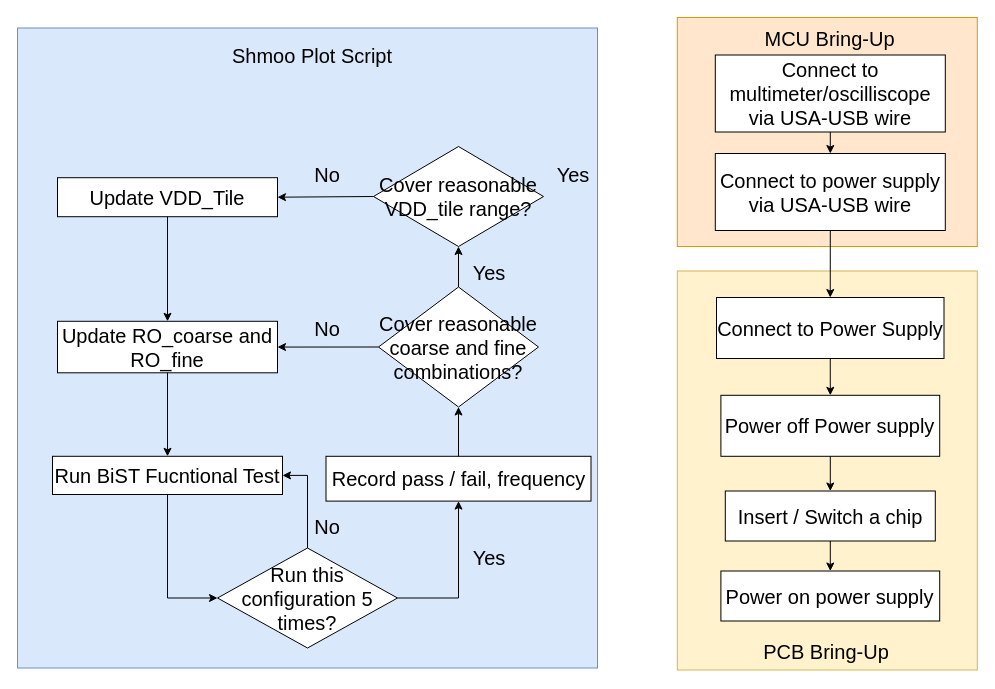
Earlier version of the draw.io diagram page "voltage_frequency_framework" (3 of 3) of lecture/images/presentation_diagrams.drawio (1102131860/Validation_Chip_Characteristics). Source tidied: cells renumbered, new cells numbered last; positions are measured from the earlier drawing's top-left corner, leaving out a move shared by most shapes. Both pictures are drawn from the tidied source at 100%, with x=0, y=0 at pixel (17, 17).
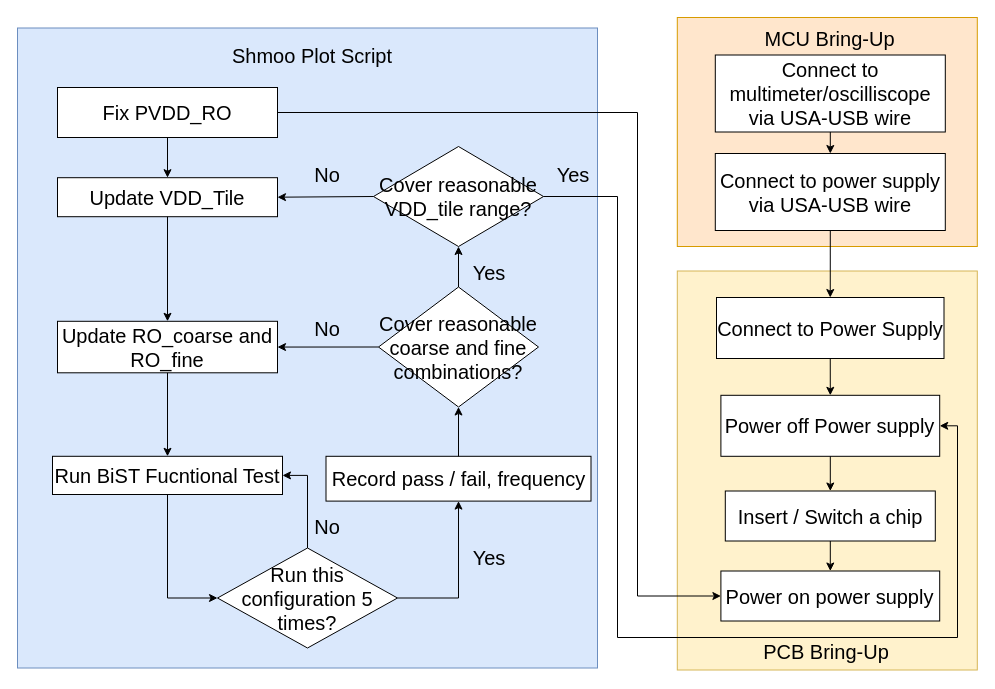
After the change.

The change refers to these unchanged cells:
```xml
<mxCell id="7" value="&lt;font style=&quot;font-size: 20px;&quot;&gt;Cover reasonable VDD_tile range?&lt;/font&gt;" style="rhombus;whiteSpace=wrap;html=1;" parent="1" vertex="1">
  <mxGeometry x="356" y="129" width="170" height="100" as="geometry" />
</mxCell>
<mxCell id="8" value="&lt;font style=&quot;font-size: 20px;&quot;&gt;Update VDD_Tile&lt;/font&gt;" style="rounded=0;whiteSpace=wrap;html=1;" parent="1" vertex="1">
  <mxGeometry x="40" y="160.2" width="220" height="39" as="geometry" />
</mxCell>
<mxCell id="15" value="&lt;font style=&quot;font-size: 20px;&quot;&gt;Power on power supply&lt;/font&gt;" style="rounded=0;whiteSpace=wrap;html=1;" parent="1" vertex="1">
  <mxGeometry x="703.4" y="553.5" width="218.8" height="50" as="geometry" />
</mxCell>
<mxCell id="17" value="&lt;span&gt;Power off Power supply&lt;/span&gt;" style="rounded=0;whiteSpace=wrap;html=1;fontSize=20;" parent="1" vertex="1">
  <mxGeometry x="703.4" y="377.8" width="218.8" height="61" as="geometry" />
</mxCell>
```

Change to the diagram source:
```diff
@@
+    <mxCell id="41" value="&lt;font style=&quot;font-size: 20px;&quot;&gt;Fix PVDD_RO&lt;/font&gt;" style="rounded=0;whiteSpace=wrap;html=1;" parent="1" vertex="1">
+      <mxGeometry x="40" y="70" width="220" height="50" as="geometry" />
+    </mxCell>
+    <mxCell id="42" style="endArrow=classic;html=1;rounded=0;exitX=0.5;exitY=1;exitDx=0;exitDy=0;entryX=0.5;entryY=0;entryDx=0;entryDy=0;" parent="1" edge="1" source="41" target="8">
+      <mxGeometry relative="1" as="geometry" />
+    </mxCell>
+    <mxCell id="43" style="endArrow=classic;html=1;rounded=0;exitX=1;exitY=0.5;exitDx=0;exitDy=0;entryX=0;entryY=0.5;entryDx=0;entryDy=0;edgeStyle=orthogonalEdgeStyle;" parent="1" edge="1" source="41" target="15">
+      <mxGeometry relative="1" as="geometry">
+        <Array as="points">
+          <mxPoint x="620" y="95" />
+          <mxPoint x="620" y="579" />
+        </Array>
+      </mxGeometry>
+    </mxCell>
+    <mxCell id="44" style="endArrow=classic;html=1;rounded=0;exitX=1;exitY=0.5;exitDx=0;exitDy=0;entryX=1;entryY=0.5;entryDx=0;entryDy=0;edgeStyle=orthogonalEdgeStyle;" parent="1" edge="1" source="7" target="17">
+      <mxGeometry relative="1" as="geometry">
+        <Array as="points">
+          <mxPoint x="600" y="179" />
+          <mxPoint x="600" y="620" />
+          <mxPoint x="940" y="620" />
+          <mxPoint x="940" y="408" />
+        </Array>
+      </mxGeometry>
+    </mxCell>
```
